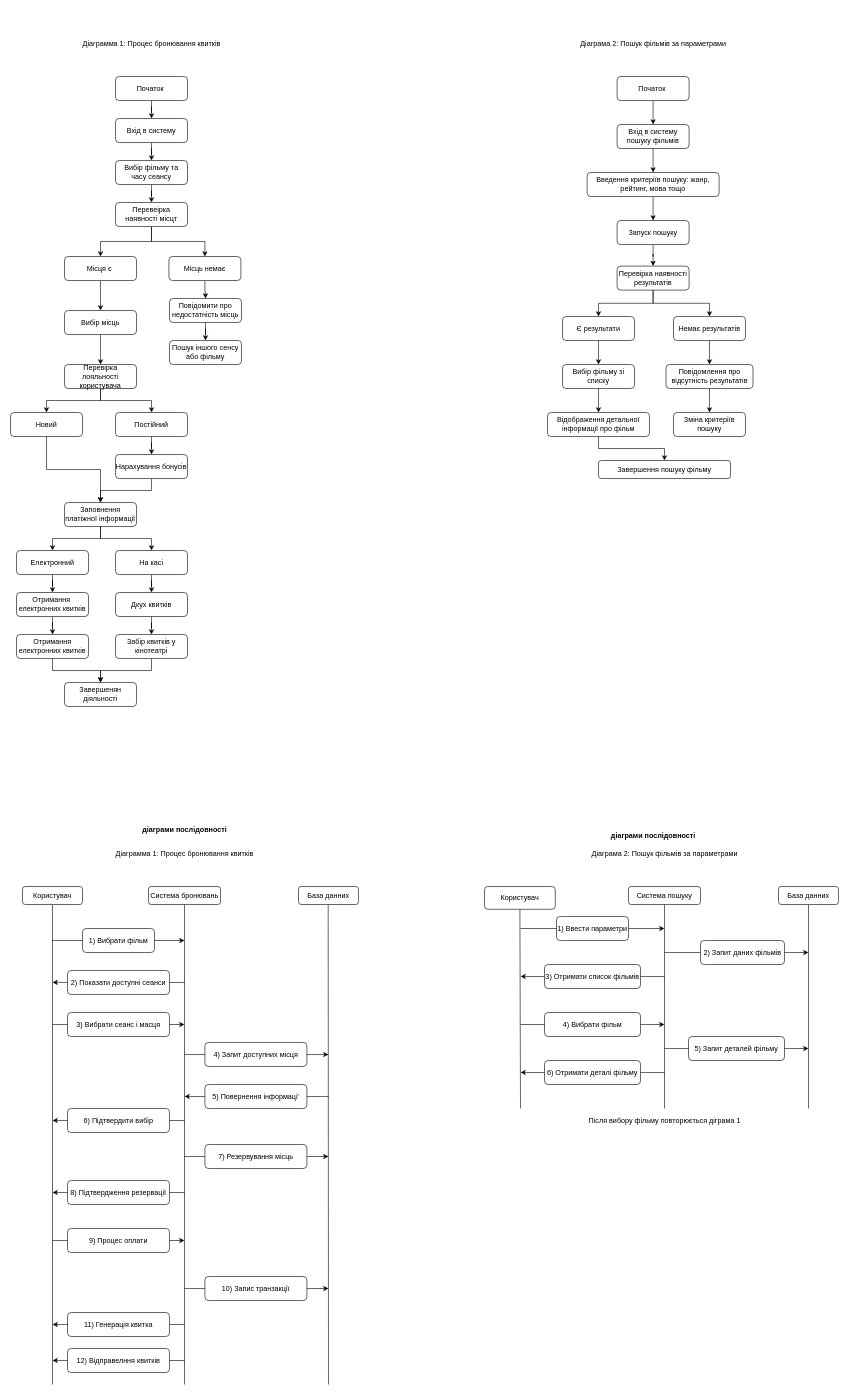
Before: Компоненти програмної інженерії/Laba4/Laba4.drawio in KostPost/KPI-Works-2, a draw.io diagram. Source tidied: cells renumbered, new cells numbered last; positions are measured from the earlier drawing's top-left corner, leaving out a move shared by most shapes. Both pictures are drawn from the tidied source at 60%, with x=0, y=0 at pixel (10, 34).
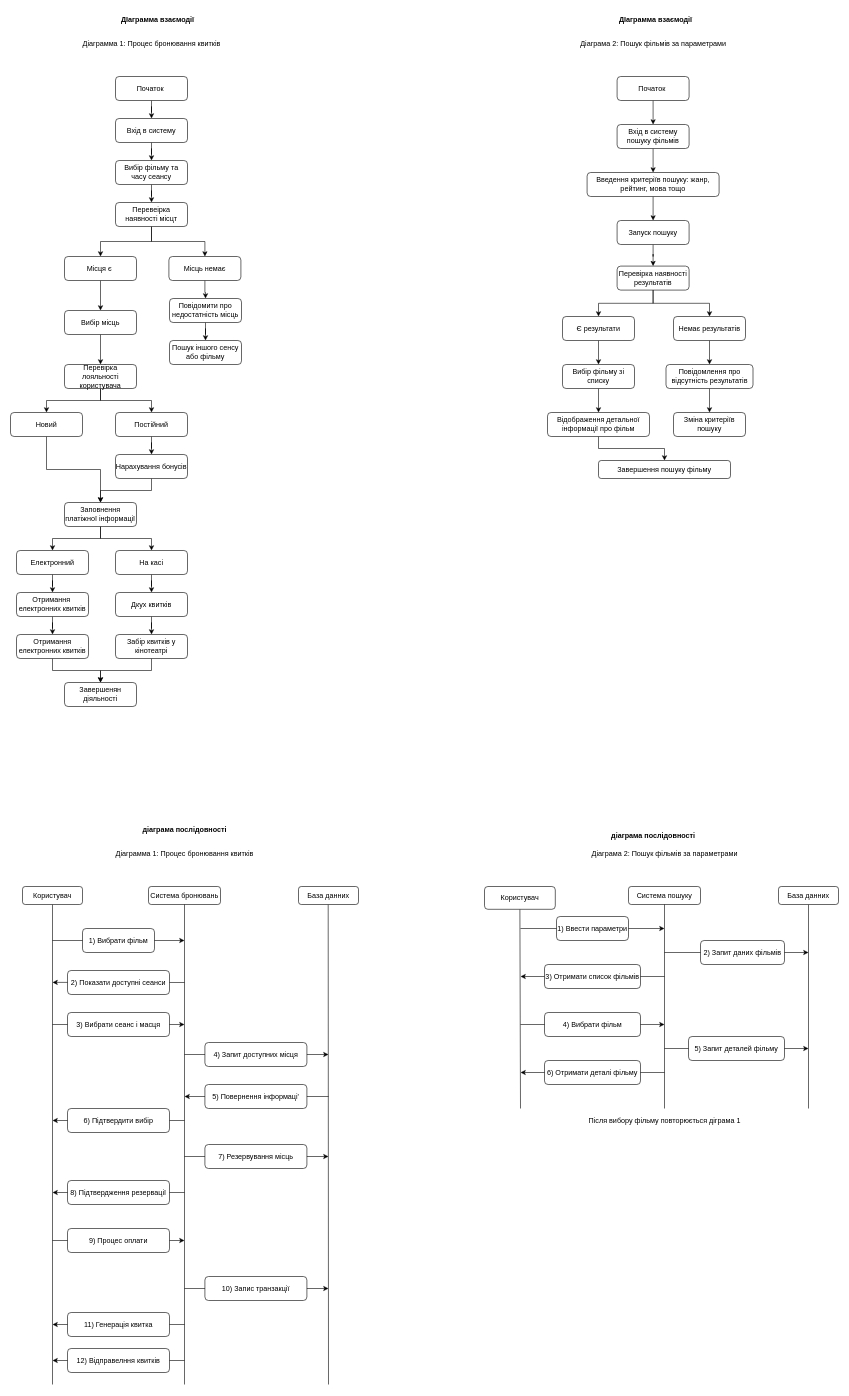
The same page after the edit.

The edit, as a diff of the source:
```diff
@@
-    <mxCell id="53" value="&lt;b&gt;діаграми послідовності&lt;/b&gt;" style="text;html=1;align=center;verticalAlign=middle;strokeColor=none;fillColor=none;" parent="1" vertex="1">
+    <mxCell id="53" value="&lt;b&gt;діаграма послідовності&lt;/b&gt;" style="text;html=1;align=center;verticalAlign=middle;strokeColor=none;fillColor=none;" parent="1" vertex="1">
       <mxGeometry x="991" y="1320" width="160" height="30" as="geometry" />
     </mxCell>
-    <mxCell id="54" value="&lt;b&gt;діаграми послідовності&lt;/b&gt;" style="text;html=1;align=center;verticalAlign=middle;strokeColor=none;fillColor=none;" parent="1" vertex="1">
+    <mxCell id="54" value="&lt;b&gt;діаграма послідовності&lt;/b&gt;" style="text;html=1;align=center;verticalAlign=middle;strokeColor=none;fillColor=none;" parent="1" vertex="1">
       <mxGeometry x="210" y="1310" width="160" height="30" as="geometry" />
     </mxCell>
@@
+    <mxCell id="124" value="ДІаграмма взаємодії" style="text;align=center;verticalAlign=middle;strokeColor=none;fillColor=none;rounded=0;glass=0;shadow=0;labelBackgroundColor=none;labelBorderColor=none;textShadow=0;html=1;fontStyle=1;" parent="1" vertex="1">
+      <mxGeometry x="175" y="-40" width="140" height="30" as="geometry" />
+    </mxCell>
+    <mxCell id="125" value="&lt;span style=&quot;font-weight: 700;&quot;&gt;ДІаграмма взаємодії&lt;/span&gt;" style="text;html=1;align=center;verticalAlign=middle;strokeColor=none;fillColor=none;" parent="1" vertex="1">
+      <mxGeometry x="1000" y="-40" width="150" height="30" as="geometry" />
+    </mxCell>
```
